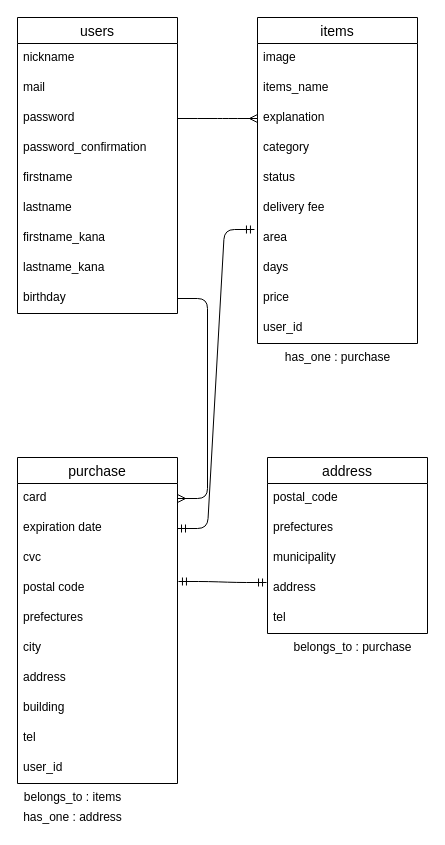
Above: furima-22215.dio in dsanrails/furima-22215 (draw.io), before the change. Source tidied: cells renumbered, new cells numbered last; positions are measured from the earlier drawing's top-left corner, leaving out a move shared by most shapes. Both pictures are drawn from the tidied source at 100%, with x=0, y=0 at pixel (17, 17).
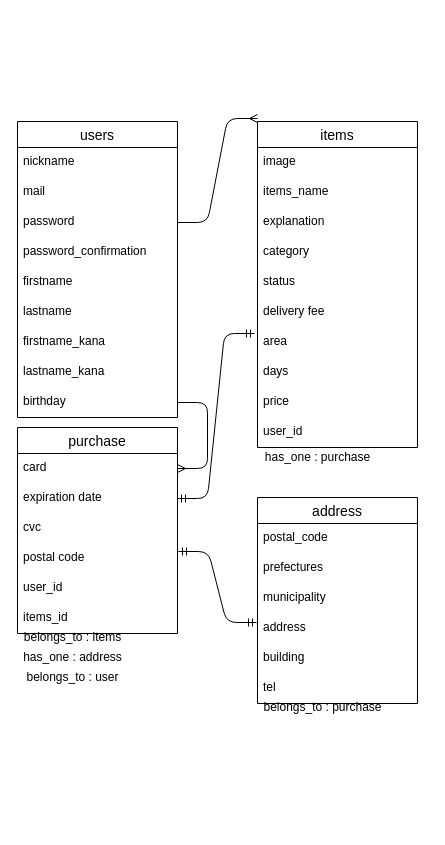
The same diagram, later.

Diff of the diagram source:
```diff
@@
     <mxCell id="2" value="address" style="swimlane;fontStyle=0;horizontal=1;startSize=26;align=center;fontSize=14;" parent="1" vertex="1">
-      <mxGeometry x="250" y="440" width="160" height="176" as="geometry" />
+      <mxGeometry x="240" y="480" width="160" height="206" as="geometry" />
     </mxCell>
@@
-    <mxCell id="7" value="tel" style="text;strokeColor=none;fillColor=none;spacingLeft=4;spacingRight=4;overflow=hidden;fontSize=12;" parent="2" vertex="1">
+    <mxCell id="7" value="building" style="text;strokeColor=none;fillColor=none;spacingLeft=4;spacingRight=4;overflow=hidden;fontSize=12;" parent="2" vertex="1">
       <mxGeometry y="146" width="160" height="30" as="geometry" />
     </mxCell>
+    <mxCell id="38" value="tel" style="text;strokeColor=none;fillColor=none;spacingLeft=4;spacingRight=4;overflow=hidden;fontSize=12;" parent="2" vertex="1">
+      <mxGeometry y="176" width="160" height="30" as="geometry" />
+    </mxCell>
     <mxCell id="8" value="users" style="swimlane;fontStyle=0;horizontal=1;startSize=26;align=center;fontSize=14;" parent="1" vertex="1">
-      <mxGeometry width="160" height="296" as="geometry" />
+      <mxGeometry y="104" width="160" height="296" as="geometry" />
     </mxCell>
@@
     <mxCell id="18" value="items" style="swimlane;fontStyle=0;horizontal=1;startSize=26;align=center;fontSize=14;" parent="1" vertex="1">
-      <mxGeometry x="240" width="160" height="326" as="geometry" />
+      <mxGeometry x="240" y="104" width="160" height="326" as="geometry" />
     </mxCell>
@@
     <mxCell id="29" value="purchase" style="swimlane;fontStyle=0;horizontal=1;startSize=26;align=center;fontSize=14;" parent="1" vertex="1">
-      <mxGeometry y="440" width="160" height="326" as="geometry" />
+      <mxGeometry y="410" width="160" height="206" as="geometry" />
     </mxCell>
@@
-    <mxCell id="34" value="prefectures" style="text;strokeColor=none;fillColor=none;spacingLeft=4;spacingRight=4;overflow=hidden;fontSize=12;" parent="29" vertex="1">
-      <mxGeometry y="146" width="160" height="30" as="geometry" />
-    </mxCell>
-    <mxCell id="35" value="city" style="text;strokeColor=none;fillColor=none;spacingLeft=4;spacingRight=4;overflow=hidden;fontSize=12;" parent="29" vertex="1">
-      <mxGeometry y="176" width="160" height="30" as="geometry" />
-    </mxCell>
-    <mxCell id="36" value="address" style="text;strokeColor=none;fillColor=none;spacingLeft=4;spacingRight=4;overflow=hidden;fontSize=12;" parent="29" vertex="1">
-      <mxGeometry y="206" width="160" height="30" as="geometry" />
-    </mxCell>
-    <mxCell id="37" value="building" style="text;strokeColor=none;fillColor=none;spacingLeft=4;spacingRight=4;overflow=hidden;fontSize=12;" parent="29" vertex="1">
-      <mxGeometry y="236" width="160" height="30" as="geometry" />
-    </mxCell>
-    <mxCell id="38" value="tel" style="text;strokeColor=none;fillColor=none;spacingLeft=4;spacingRight=4;overflow=hidden;fontSize=12;" parent="29" vertex="1">
-      <mxGeometry y="266" width="160" height="30" as="geometry" />
-    </mxCell>
+    <mxCell id="48" value="user_id" style="text;strokeColor=none;fillColor=none;spacingLeft=4;spacingRight=4;overflow=hidden;fontSize=12;" parent="29" vertex="1">
+      <mxGeometry y="146" width="160" height="30" as="geometry" />
+    </mxCell>
-    <mxCell id="39" value="user_id" style="text;strokeColor=none;fillColor=none;spacingLeft=4;spacingRight=4;overflow=hidden;fontSize=12;" parent="29" vertex="1">
-      <mxGeometry y="296" width="160" height="30" as="geometry" />
+    <mxCell id="39" value="items_id" style="text;strokeColor=none;fillColor=none;spacingLeft=4;spacingRight=4;overflow=hidden;fontSize=12;" parent="29" vertex="1">
+      <mxGeometry y="176" width="160" height="30" as="geometry" />
     </mxCell>
@@
     <mxCell id="43" value="has_one : purchase" style="text;html=1;align=center;verticalAlign=middle;" parent="1" vertex="1">
-      <mxGeometry x="260" y="330" width="120" height="20" as="geometry" />
+      <mxGeometry x="240" y="430" width="120" height="20" as="geometry" />
     </mxCell>
     <mxCell id="44" value="belongs_to : items" style="text;html=1;align=center;verticalAlign=middle;" parent="1" vertex="1">
-      <mxGeometry y="770" width="110" height="20" as="geometry" />
+      <mxGeometry y="610" width="110" height="20" as="geometry" />
     </mxCell>
@@
     <mxCell id="46" value="has_one : address" style="text;html=1;align=center;verticalAlign=middle;" parent="1" vertex="1">
-      <mxGeometry y="790" width="110" height="20" as="geometry" />
+      <mxGeometry y="630" width="110" height="20" as="geometry" />
     </mxCell>
     <mxCell id="47" value="belongs_to : purchase" style="text;html=1;align=center;verticalAlign=middle;" parent="1" vertex="1">
-      <mxGeometry x="270" y="620" width="130" height="20" as="geometry" />
+      <mxGeometry x="240" y="680" width="130" height="20" as="geometry" />
     </mxCell>
+    <mxCell id="49" value="belongs_to : user" style="text;html=1;align=center;verticalAlign=middle;" parent="1" vertex="1">
+      <mxGeometry y="650" width="110" height="20" as="geometry" />
+    </mxCell>
```
